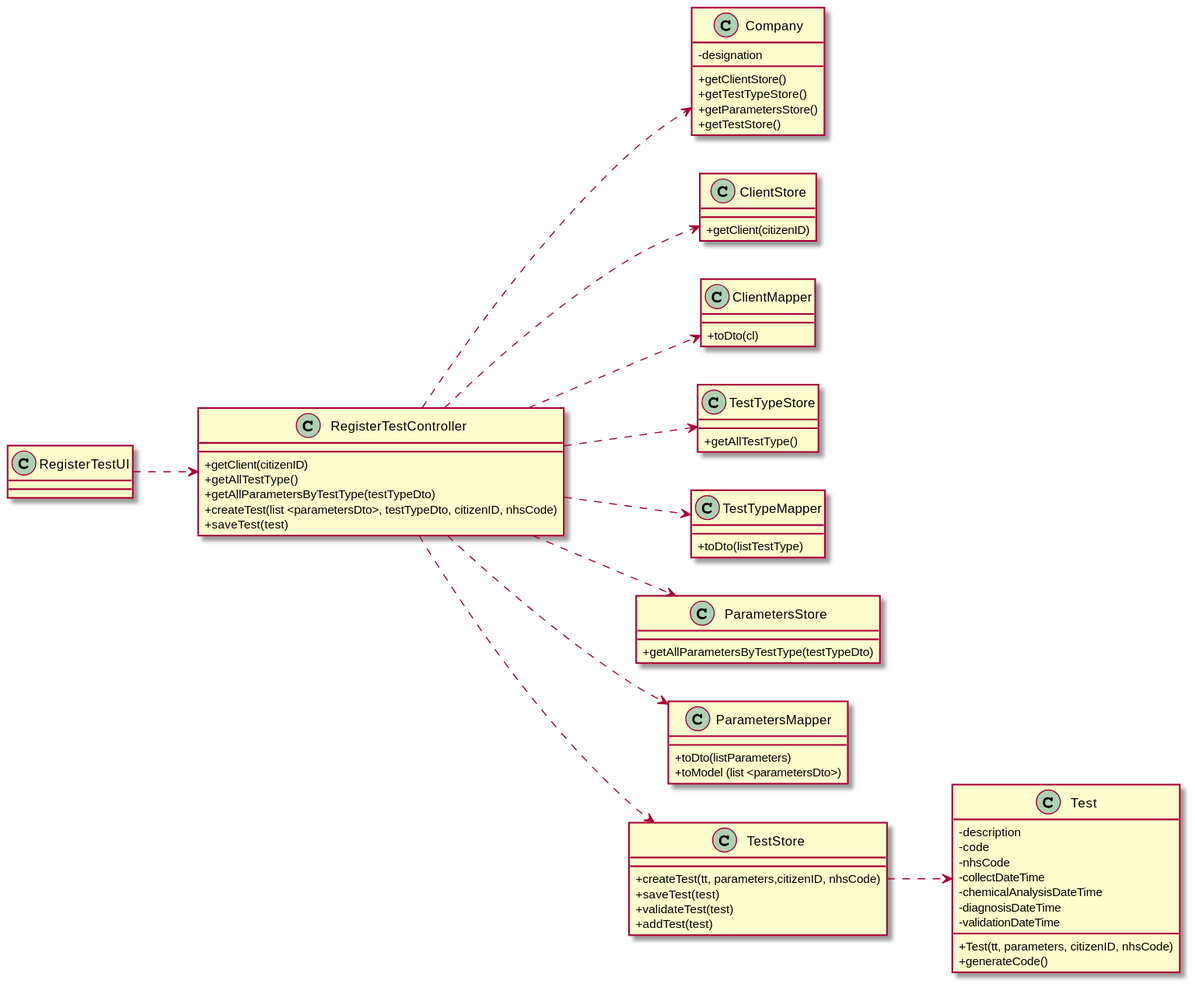
Above: docs/SprintC/US04/US04-CD.svg in 0franciscor/lei-21-s2-1de-g19 (PlantUML), before the change.
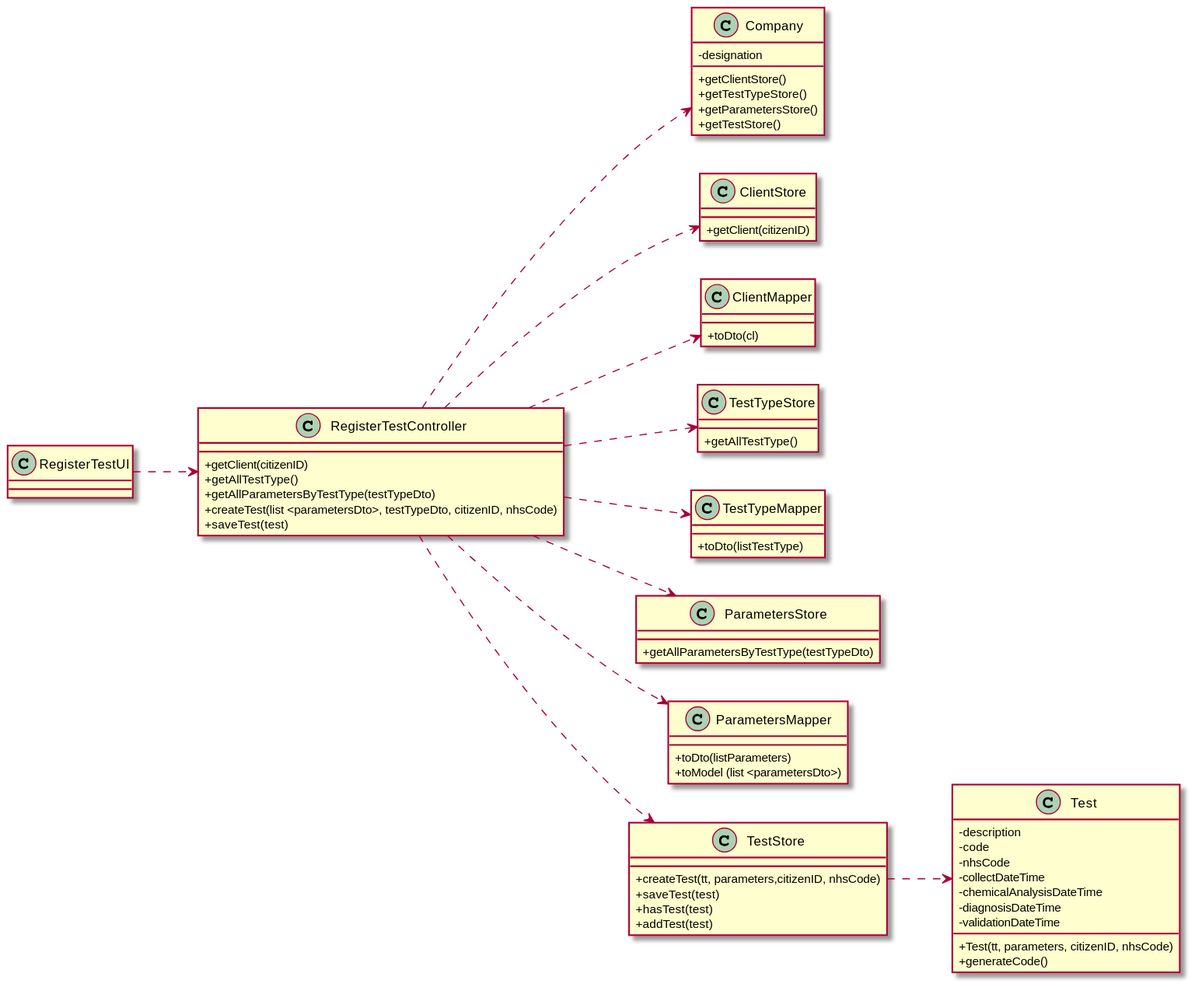
Above is the later version.

Change to the diagram source:
```diff
@@ -49,7 +49,7 @@
 class "TestStore" as TS {
 +createTest(tt, parameters,citizenID, nhsCode)
 +saveTest(test)
-+validateTest(test)
++hasTest(test)
 +addTest(test)
 }
 
```
